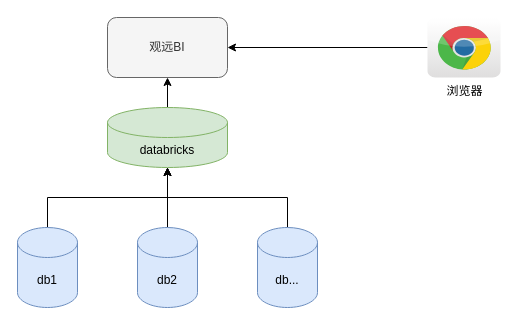
wonb168/mygraph keeps this draw.io diagram as page "第 1 页" (1 of 4) of lululemon.drawio. Above is the earlier version. Source tidied: cells renumbered, new cells numbered last; positions are measured from the earlier drawing's top-left corner, leaving out a move shared by most shapes. Both pictures are drawn from the tidied source at 100%, with x=0, y=0 at pixel (17, 17).
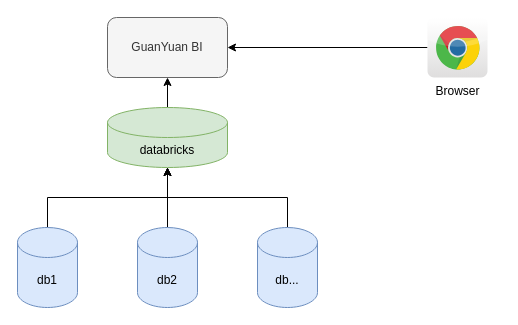
Above is the later version.

What changed in the source:
```diff
@@
 <mxGraphModel>
   <root>
     <mxCell id="0" />
     <mxCell id="1" parent="0" />
     <mxCell id="2" style="edgeStyle=orthogonalEdgeStyle;rounded=0;jettySize=auto;html=1;exitX=0.5;exitY=0;exitDx=0;exitDy=0;exitPerimeter=0;entryX=0.5;entryY=1;entryDx=0;entryDy=0;" parent="1" edge="1" source="3" target="4">
       <mxGeometry relative="1" as="geometry" />
     </mxCell>
     <mxCell id="3" value="databricks" style="shape=cylinder3;whiteSpace=wrap;html=1;boundedLbl=1;backgroundOutline=1;size=15;fillColor=#d5e8d4;strokeColor=#82b366;" parent="1" vertex="1">
       <mxGeometry x="90" y="90" width="120" height="60" as="geometry" />
     </mxCell>
-    <mxCell id="4" value="观远BI" style="rounded=1;whiteSpace=wrap;html=1;fillColor=#f5f5f5;fontColor=#333333;strokeColor=#666666;" parent="1" vertex="1">
+    <mxCell id="4" value="GuanYuan BI" style="rounded=1;whiteSpace=wrap;html=1;fillColor=#f5f5f5;fontColor=#333333;strokeColor=#666666;" parent="1" vertex="1">
       <mxGeometry x="90" width="120" height="60" as="geometry" />
     </mxCell>
     <mxCell id="5" style="edgeStyle=orthogonalEdgeStyle;rounded=0;jettySize=auto;html=1;" parent="1" edge="1" source="6" target="4">
       <mxGeometry relative="1" as="geometry" />
     </mxCell>
-    <mxCell id="6" value="浏览器" style="dashed=0;outlineConnect=0;html=1;align=center;labelPosition=center;verticalLabelPosition=bottom;verticalAlign=top;shape=mxgraph.webicons.chrome;gradientColor=#DFDEDE;" parent="1" vertex="1">
-      <mxGeometry x="410" width="73" height="60" as="geometry" />
+    <mxCell id="6" value="Browser" style="dashed=0;outlineConnect=0;html=1;align=center;labelPosition=center;verticalLabelPosition=bottom;verticalAlign=top;shape=mxgraph.webicons.chrome;gradientColor=#DFDEDE;" parent="1" vertex="1">
+      <mxGeometry x="410" width="60" height="60" as="geometry" />
     </mxCell>
     <mxCell id="7" style="edgeStyle=orthogonalEdgeStyle;rounded=0;jettySize=auto;html=1;exitX=0.5;exitY=0;exitDx=0;exitDy=0;exitPerimeter=0;entryX=0.5;entryY=1;entryDx=0;entryDy=0;entryPerimeter=0;" parent="1" edge="1" source="8" target="3">
       <mxGeometry relative="1" as="geometry" />
     </mxCell>
     <mxCell id="8" value="db1" style="shape=cylinder3;whiteSpace=wrap;html=1;boundedLbl=1;backgroundOutline=1;size=15;fillColor=#dae8fc;strokeColor=#6c8ebf;" parent="1" vertex="1">
       <mxGeometry y="210" width="60" height="80" as="geometry" />
     </mxCell>
     <mxCell id="9" style="edgeStyle=orthogonalEdgeStyle;rounded=0;jettySize=auto;html=1;exitX=0.5;exitY=0;exitDx=0;exitDy=0;exitPerimeter=0;entryX=0.5;entryY=1;entryDx=0;entryDy=0;entryPerimeter=0;" parent="1" edge="1" source="10" target="3">
       <mxGeometry relative="1" as="geometry" />
     </mxCell>
     <mxCell id="10" value="db2" style="shape=cylinder3;whiteSpace=wrap;html=1;boundedLbl=1;backgroundOutline=1;size=15;fillColor=#dae8fc;strokeColor=#6c8ebf;" parent="1" vertex="1">
       <mxGeometry x="120" y="210" width="60" height="80" as="geometry" />
     </mxCell>
     <mxCell id="11" style="edgeStyle=orthogonalEdgeStyle;rounded=0;jettySize=auto;html=1;exitX=0.5;exitY=0;exitDx=0;exitDy=0;exitPerimeter=0;entryX=0.5;entryY=1;entryDx=0;entryDy=0;entryPerimeter=0;" parent="1" edge="1" source="12" target="3">
       <mxGeometry relative="1" as="geometry" />
     </mxCell>
     <mxCell id="12" value="db..." style="shape=cylinder3;whiteSpace=wrap;html=1;boundedLbl=1;backgroundOutline=1;size=15;fillColor=#dae8fc;strokeColor=#6c8ebf;" parent="1" vertex="1">
       <mxGeometry x="240" y="210" width="60" height="80" as="geometry" />
     </mxCell>
   </root>
 </mxGraphModel>
```
